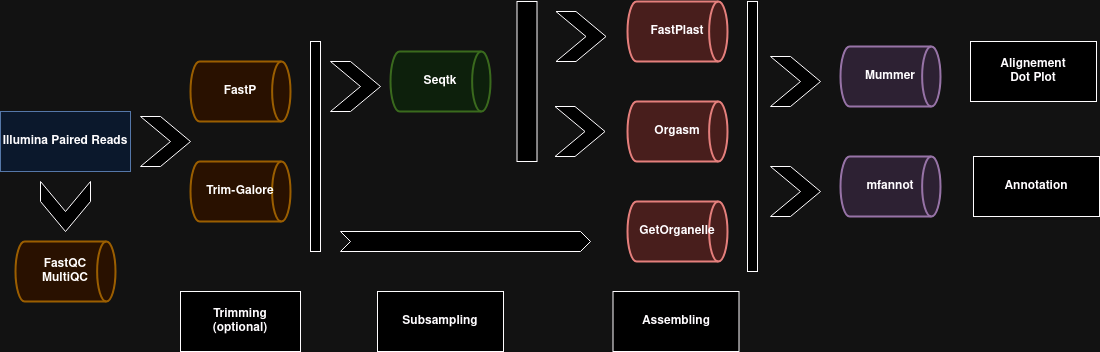
Earlier version of the draw.io export Images/ChloroBras-Assembling_wf.png (alexisbourdais/ChloroBras). Source tidied: cells renumbered, new cells last; positions are measured from the earlier drawing's top-left corner, leaving out a move shared by most shapes.
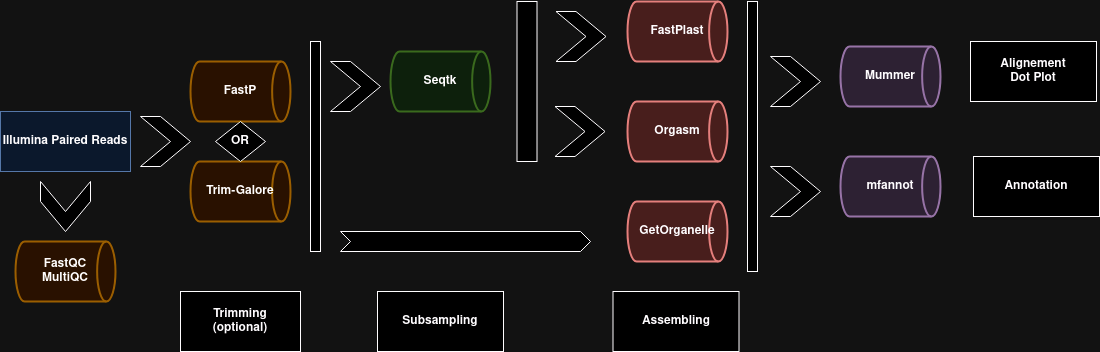
After the commit.

Change to the diagram source:
```diff
@@ -80,5 +80,8 @@
     <mxCell id="27" value="&lt;b&gt;Annotation&lt;/b&gt;" style="rounded=0;whiteSpace=wrap;html=1;" parent="1" vertex="1">
       <mxGeometry x="973" y="155" width="126" height="60" as="geometry" />
     </mxCell>
+    <mxCell id="28" value="&lt;b&gt;OR&lt;/b&gt;" style="rhombus;whiteSpace=wrap;html=1;" parent="1" vertex="1">
+      <mxGeometry x="215" y="120" width="50" height="40" as="geometry" />
+    </mxCell>
   </root>
 </mxGraphModel>
```
